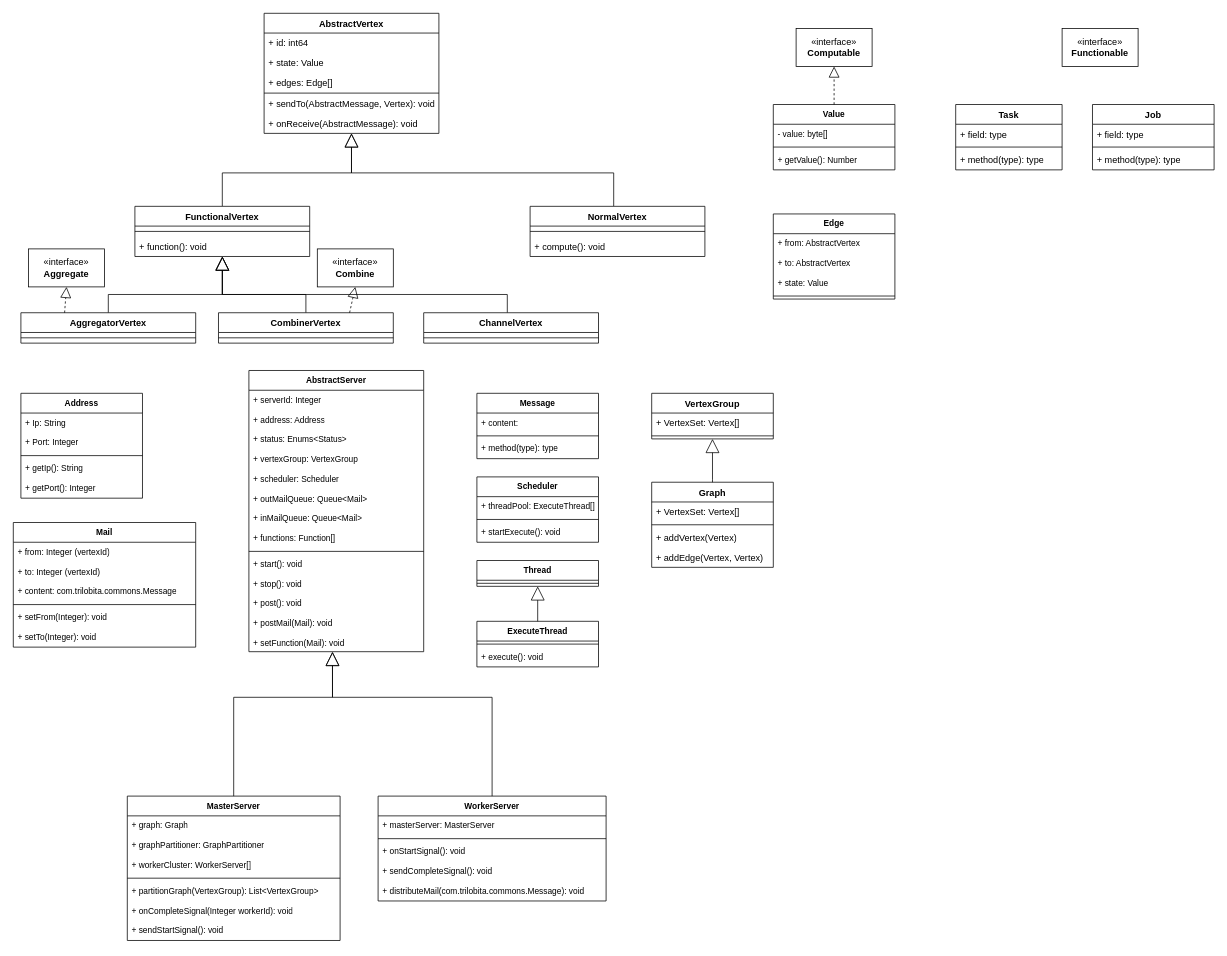
The draw.io diagram docs/developer/StructureDiagram.drawio in TsukiSky/Trilobita, before the edit. Source tidied: cells renumbered, new cells numbered last; positions are measured from the earlier drawing's top-left corner, leaving out a move shared by most shapes. Both pictures are drawn from the tidied source at 76%, with x=0, y=0 at pixel (13, 13).
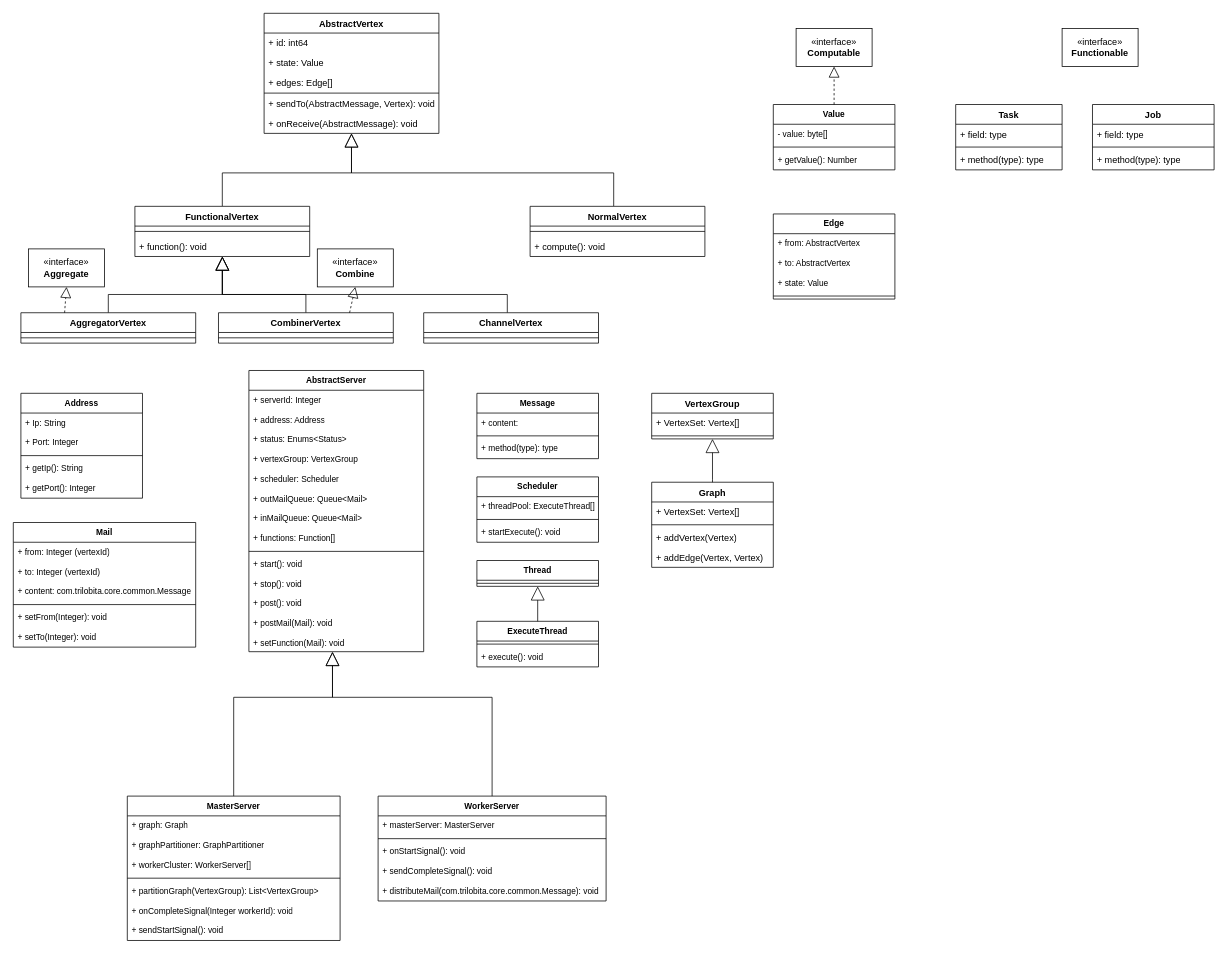
The same page after the edit.

Unchanged cells that the change refers to:
```xml
<mxCell id="68" value="WorkerServer" style="swimlane;fontStyle=1;align=center;verticalAlign=top;horizontal=1;startSize=26;whiteSpace=wrap;html=1;fontFamily=Helvetica;fontSize=11;fontColor=default;" parent="1" vertex="1">
  <mxGeometry x="480" y="1030" width="300" height="138" as="geometry" />
</mxCell>
<mxCell id="93" value="Mail" style="swimlane;fontStyle=1;align=center;verticalAlign=top;horizontal=1;startSize=26;whiteSpace=wrap;html=1;fontFamily=Helvetica;fontSize=11;fontColor=default;" parent="1" vertex="1">
  <mxGeometry y="670" width="240" height="164" as="geometry" />
</mxCell>
```

Change to the diagram source:
```diff
@@
-    <mxCell id="73" value="+ distributeMail(com.trilobita.commons.Message): void" style="text;strokeColor=none;fillColor=none;align=left;verticalAlign=top;spacingLeft=4;spacingRight=4;overflow=hidden;whiteSpace=wrap;html=1;fontSize=11;fontFamily=Helvetica;fontColor=default;" parent="68" vertex="1">
+    <mxCell id="73" value="+ distributeMail(com.trilobita.core.common.Message): void" style="text;strokeColor=none;fillColor=none;align=left;verticalAlign=top;spacingLeft=4;spacingRight=4;overflow=hidden;whiteSpace=wrap;html=1;fontSize=11;fontFamily=Helvetica;fontColor=default;" parent="68" vertex="1">
       <mxGeometry y="112" width="300" height="26" as="geometry" />
     </mxCell>
@@
-    <mxCell id="96" value="+ content: com.trilobita.commons.Message" style="text;strokeColor=none;fillColor=none;align=left;verticalAlign=top;spacingLeft=4;spacingRight=4;overflow=hidden;whiteSpace=wrap;html=1;fontSize=11;fontFamily=Helvetica;fontColor=default;" parent="93" vertex="1">
+    <mxCell id="96" value="+ content: com.trilobita.core.common.Message" style="text;strokeColor=none;fillColor=none;align=left;verticalAlign=top;spacingLeft=4;spacingRight=4;overflow=hidden;whiteSpace=wrap;html=1;fontSize=11;fontFamily=Helvetica;fontColor=default;" parent="93" vertex="1">
       <mxGeometry y="78" width="240" height="26" as="geometry" />
     </mxCell>
```
